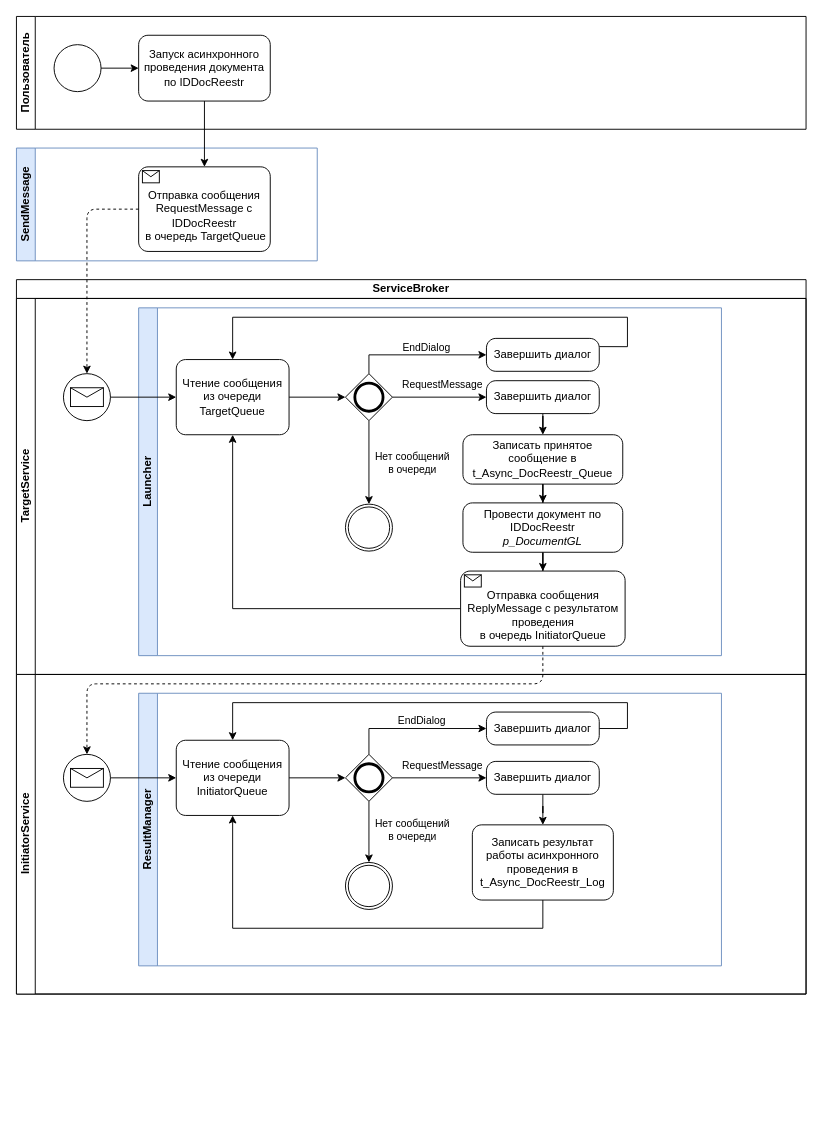
Earlier version of the draw.io diagram Async DocReestr/Service Broker Async.drawio (AndyPLsql/BPMN). Source tidied: cells renumbered, new cells numbered last; positions are measured from the earlier drawing's top-left corner, leaving out a move shared by most shapes. Both pictures are drawn from the tidied source at 94%, with x=0, y=0 at pixel (16, 16).
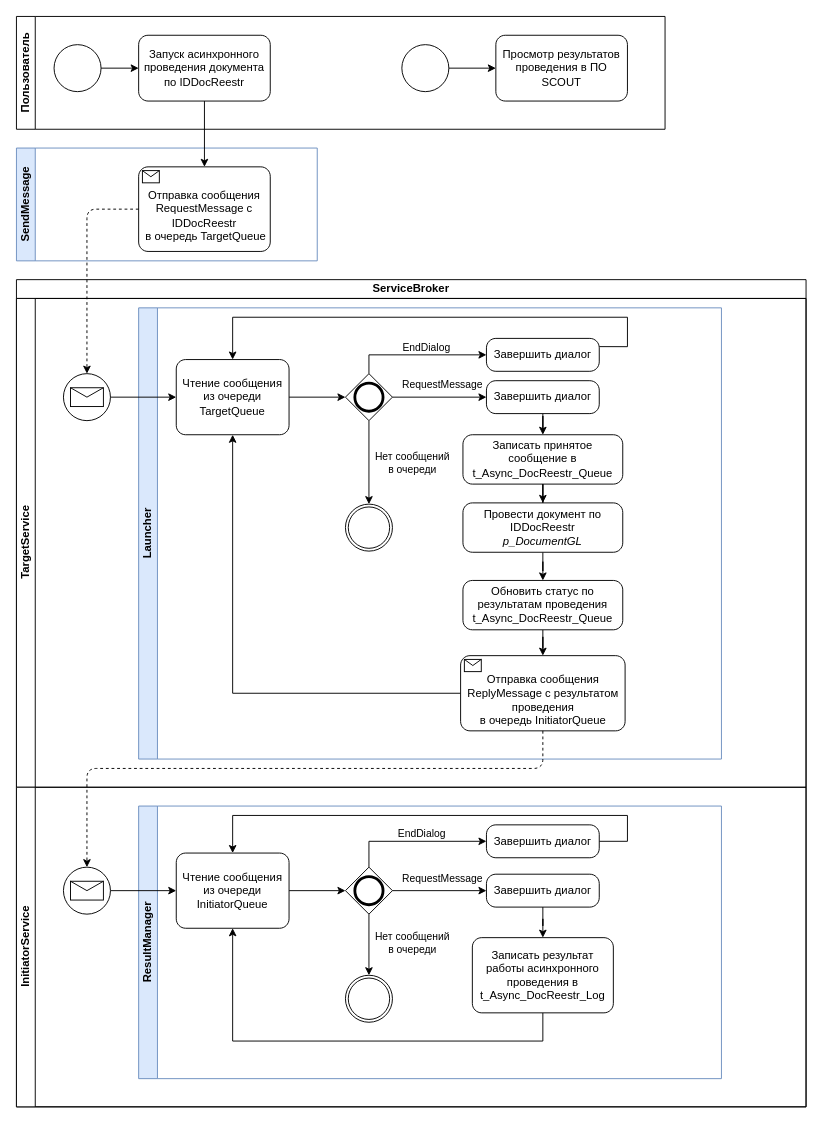
After the change.

Commit message:
Add update status after posting

Unchanged cells that the change refers to:
```xml
<mxCell id="21" value="Провести документ по IDDocReestr&lt;br&gt;&lt;i&gt;p_DocumentGL&lt;/i&gt;" style="points=[[0.25,0,0],[0.5,0,0],[0.75,0,0],[1,0.25,0],[1,0.5,0],[1,0.75,0],[0.75,1,0],[0.5,1,0],[0.25,1,0],[0,0.75,0],[0,0.5,0],[0,0.25,0]];shape=mxgraph.bpmn.task;whiteSpace=wrap;rectStyle=rounded;size=10;html=1;taskMarker=abstract;" parent="4" vertex="1">
  <mxGeometry x="345" y="207.5" width="170" height="52.5" as="geometry" />
</mxCell>
<mxCell id="46" style="points=[[0.145,0.145,0],[0.5,0,0],[0.855,0.145,0],[1,0.5,0],[0.855,0.855,0],[0.5,1,0],[0.145,0.855,0],[0,0.5,0]];shape=mxgraph.bpmn.event;html=1;verticalLabelPosition=bottom;labelBackgroundColor=#ffffff;verticalAlign=top;align=center;perimeter=ellipsePerimeter;outlineConnect=0;outline=standard;symbol=message;" parent="27" vertex="1">
  <mxGeometry x="50" y="85" width="50" height="50" as="geometry" />
</mxCell>
```

Change to the diagram source:
```diff
@@
     <mxCell id="2" value="ServiceBroker" style="swimlane;html=1;horizontal=1;startSize=20;whiteSpace=wrap;" parent="1" vertex="1">
-      <mxGeometry y="280" width="840" height="760" as="geometry" />
+      <mxGeometry y="280" width="840" height="880" as="geometry" />
     </mxCell>
     <mxCell id="3" value="TargetService" style="swimlane;html=1;startSize=20;horizontal=0;" parent="2" vertex="1">
-      <mxGeometry y="20" width="840" height="400" as="geometry" />
+      <mxGeometry y="20" width="840" height="520" as="geometry" />
     </mxCell>
     <mxCell id="4" value="Launcher" style="swimlane;startSize=20;horizontal=0;html=1;whiteSpace=wrap;fillColor=#dae8fc;strokeColor=#6c8ebf;" parent="3" vertex="1">
-      <mxGeometry x="130" y="10" width="620" height="370" as="geometry" />
+      <mxGeometry x="130" y="10" width="620" height="480" as="geometry" />
     </mxCell>
@@
-    <mxCell id="20" style="edgeStyle=orthogonalEdgeStyle;rounded=0;jettySize=auto;html=1;entryX=0.5;entryY=0;entryDx=0;entryDy=0;entryPerimeter=0;" parent="4" edge="1" source="21" target="24">
-      <mxGeometry relative="1" as="geometry" />
-    </mxCell>
+    <mxCell id="56" style="edgeStyle=orthogonalEdgeStyle;rounded=0;jettySize=auto;html=1;" parent="4" edge="1" source="21" target="58">
+      <mxGeometry relative="1" as="geometry" />
+    </mxCell>
@@
     <mxCell id="24" value="&lt;br&gt;Отправка сообщения ReplyMessage с результатом проведения&lt;br&gt;в очередь InitiatorQueue" style="points=[[0.25,0,0],[0.5,0,0],[0.75,0,0],[1,0.25,0],[1,0.5,0],[1,0.75,0],[0.75,1,0],[0.5,1,0],[0.25,1,0],[0,0.75,0],[0,0.5,0],[0,0.25,0]];shape=mxgraph.bpmn.task;whiteSpace=wrap;rectStyle=rounded;size=10;html=1;taskMarker=receive;" parent="4" vertex="1">
-      <mxGeometry x="342.5" y="280" width="175" height="80" as="geometry" />
+      <mxGeometry x="342.5" y="370" width="175" height="80" as="geometry" />
     </mxCell>
+    <mxCell id="57" style="edgeStyle=orthogonalEdgeStyle;rounded=0;jettySize=auto;html=1;entryX=0.5;entryY=0;entryDx=0;entryDy=0;entryPerimeter=0;" parent="4" edge="1" source="58" target="24">
+      <mxGeometry relative="1" as="geometry" />
+    </mxCell>
+    <mxCell id="58" value="Обновить статус по результатам проведения t_Async_DocReestr_Queue" style="points=[[0.25,0,0],[0.5,0,0],[0.75,0,0],[1,0.25,0],[1,0.5,0],[1,0.75,0],[0.75,1,0],[0.5,1,0],[0.25,1,0],[0,0.75,0],[0,0.5,0],[0,0.25,0]];shape=mxgraph.bpmn.task;whiteSpace=wrap;rectStyle=rounded;size=10;html=1;taskMarker=abstract;" parent="4" vertex="1">
+      <mxGeometry x="345" y="290" width="170" height="52.5" as="geometry" />
+    </mxCell>
@@
     <mxCell id="27" value="InitiatorService" style="swimlane;html=1;startSize=20;horizontal=0;" parent="2" vertex="1">
-      <mxGeometry y="420" width="840" height="340" as="geometry" />
+      <mxGeometry y="540" width="840" height="340" as="geometry" />
     </mxCell>
@@
     <mxCell id="47" style="edgeStyle=orthogonalEdgeStyle;rounded=1;jettySize=auto;html=1;entryX=0.5;entryY=0;entryDx=0;entryDy=0;entryPerimeter=0;dashed=1;exitX=0.5;exitY=1;exitDx=0;exitDy=0;exitPerimeter=0;" parent="2" edge="1" source="24" target="46">
       <mxGeometry relative="1" as="geometry">
         <Array as="points">
-          <mxPoint x="560" y="430" />
-          <mxPoint x="75" y="430" />
+          <mxPoint x="560" y="520" />
+          <mxPoint x="75" y="520" />
         </Array>
       </mxGeometry>
     </mxCell>
     <mxCell id="48" value="Пользователь" style="swimlane;startSize=20;horizontal=0;html=1;whiteSpace=wrap;" parent="1" vertex="1">
-      <mxGeometry width="840" height="120" as="geometry" />
+      <mxGeometry width="690" height="120" as="geometry" />
     </mxCell>
@@
+    <mxCell id="59" style="edgeStyle=orthogonalEdgeStyle;rounded=0;jettySize=auto;html=1;" parent="48" edge="1" source="60" target="61">
+      <mxGeometry relative="1" as="geometry" />
+    </mxCell>
+    <mxCell id="60" style="points=[[0.145,0.145,0],[0.5,0,0],[0.855,0.145,0],[1,0.5,0],[0.855,0.855,0],[0.5,1,0],[0.145,0.855,0],[0,0.5,0]];shape=mxgraph.bpmn.event;html=1;verticalLabelPosition=bottom;labelBackgroundColor=#ffffff;verticalAlign=top;align=center;perimeter=ellipsePerimeter;outlineConnect=0;outline=standard;symbol=general;" parent="48" vertex="1">
+      <mxGeometry x="410" y="30" width="50" height="50" as="geometry" />
+    </mxCell>
+    <mxCell id="61" value="Просмотр результатов проведения в ПО SCOUT" style="points=[[0.25,0,0],[0.5,0,0],[0.75,0,0],[1,0.25,0],[1,0.5,0],[1,0.75,0],[0.75,1,0],[0.5,1,0],[0.25,1,0],[0,0.75,0],[0,0.5,0],[0,0.25,0]];shape=mxgraph.bpmn.task;whiteSpace=wrap;rectStyle=rounded;size=10;html=1;taskMarker=abstract;" parent="48" vertex="1">
+      <mxGeometry x="510" y="20" width="140" height="70" as="geometry" />
+    </mxCell>
```
